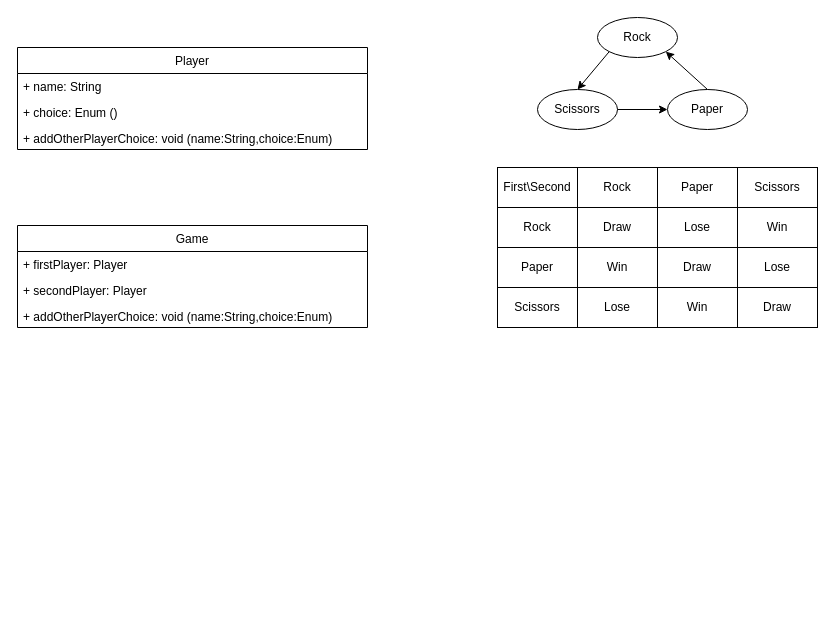
Hannah-Ellis-Ten10/RockPaperScissors keeps this draw.io diagram as RockPaperScissorsNotes.drawio. Above is the earlier version. Source tidied: cells renumbered, new cells numbered last; positions are measured from the earlier drawing's top-left corner, leaving out a move shared by most shapes. Both pictures are drawn from the tidied source at 100%, with x=0, y=0 at pixel (17, 17).
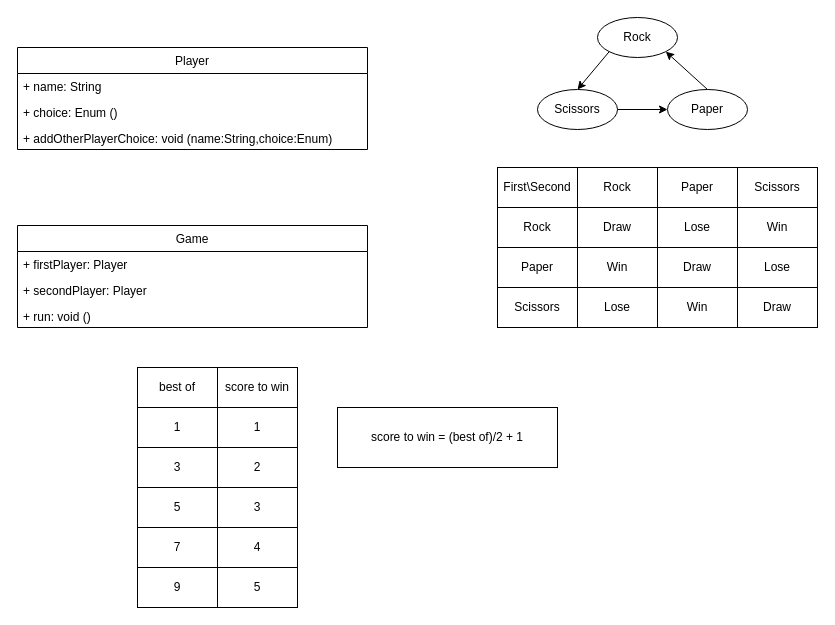
Above is the later version.

The change refers to these unchanged cells:
```xml
<mxCell id="28" value="Game" style="swimlane;fontStyle=0;horizontal=1;startSize=26;fillColor=none;" parent="1" vertex="1">
  <mxGeometry y="208" width="350" height="102" as="geometry" />
</mxCell>
```

Diff of the diagram source:
```diff
@@
-    <mxCell id="31" value="+ addOtherPlayerChoice: void (name:String,choice:Enum)" style="text;strokeColor=none;fillColor=none;align=left;verticalAlign=top;spacingLeft=4;spacingRight=4;overflow=hidden;" parent="28" vertex="1">
+    <mxCell id="31" value="+ run: void ()" style="text;strokeColor=none;fillColor=none;align=left;verticalAlign=top;spacingLeft=4;spacingRight=4;overflow=hidden;" parent="28" vertex="1">
       <mxGeometry y="78" width="350" height="24" as="geometry" />
     </mxCell>
+    <mxCell id="32" value="best of" style="rounded=0;whiteSpace=wrap;html=1;" parent="1" vertex="1">
+      <mxGeometry x="120" y="350" width="80" height="40" as="geometry" />
+    </mxCell>
+    <mxCell id="33" value="score to win" style="rounded=0;whiteSpace=wrap;html=1;" parent="1" vertex="1">
+      <mxGeometry x="200" y="350" width="80" height="40" as="geometry" />
+    </mxCell>
+    <mxCell id="34" value="1" style="rounded=0;whiteSpace=wrap;html=1;" parent="1" vertex="1">
+      <mxGeometry x="120" y="390" width="80" height="40" as="geometry" />
+    </mxCell>
+    <mxCell id="35" value="1" style="rounded=0;whiteSpace=wrap;html=1;" parent="1" vertex="1">
+      <mxGeometry x="200" y="390" width="80" height="40" as="geometry" />
+    </mxCell>
+    <mxCell id="36" value="3" style="rounded=0;whiteSpace=wrap;html=1;" parent="1" vertex="1">
+      <mxGeometry x="120" y="430" width="80" height="40" as="geometry" />
+    </mxCell>
+    <mxCell id="37" value="2" style="rounded=0;whiteSpace=wrap;html=1;" parent="1" vertex="1">
+      <mxGeometry x="200" y="430" width="80" height="40" as="geometry" />
+    </mxCell>
+    <mxCell id="38" value="5" style="rounded=0;whiteSpace=wrap;html=1;" parent="1" vertex="1">
+      <mxGeometry x="120" y="470" width="80" height="40" as="geometry" />
+    </mxCell>
+    <mxCell id="39" value="3" style="rounded=0;whiteSpace=wrap;html=1;" parent="1" vertex="1">
+      <mxGeometry x="200" y="470" width="80" height="40" as="geometry" />
+    </mxCell>
+    <mxCell id="40" value="7" style="rounded=0;whiteSpace=wrap;html=1;" parent="1" vertex="1">
+      <mxGeometry x="120" y="510" width="80" height="40" as="geometry" />
+    </mxCell>
+    <mxCell id="41" value="4" style="rounded=0;whiteSpace=wrap;html=1;" parent="1" vertex="1">
+      <mxGeometry x="200" y="510" width="80" height="40" as="geometry" />
+    </mxCell>
+    <mxCell id="42" value="9" style="rounded=0;whiteSpace=wrap;html=1;" parent="1" vertex="1">
+      <mxGeometry x="120" y="550" width="80" height="40" as="geometry" />
+    </mxCell>
+    <mxCell id="43" value="5" style="rounded=0;whiteSpace=wrap;html=1;" parent="1" vertex="1">
+      <mxGeometry x="200" y="550" width="80" height="40" as="geometry" />
+    </mxCell>
+    <mxCell id="44" value="score to win = (best of)/2 + 1" style="rounded=0;whiteSpace=wrap;html=1;" parent="1" vertex="1">
+      <mxGeometry x="320" y="390" width="220" height="60" as="geometry" />
+    </mxCell>
```
